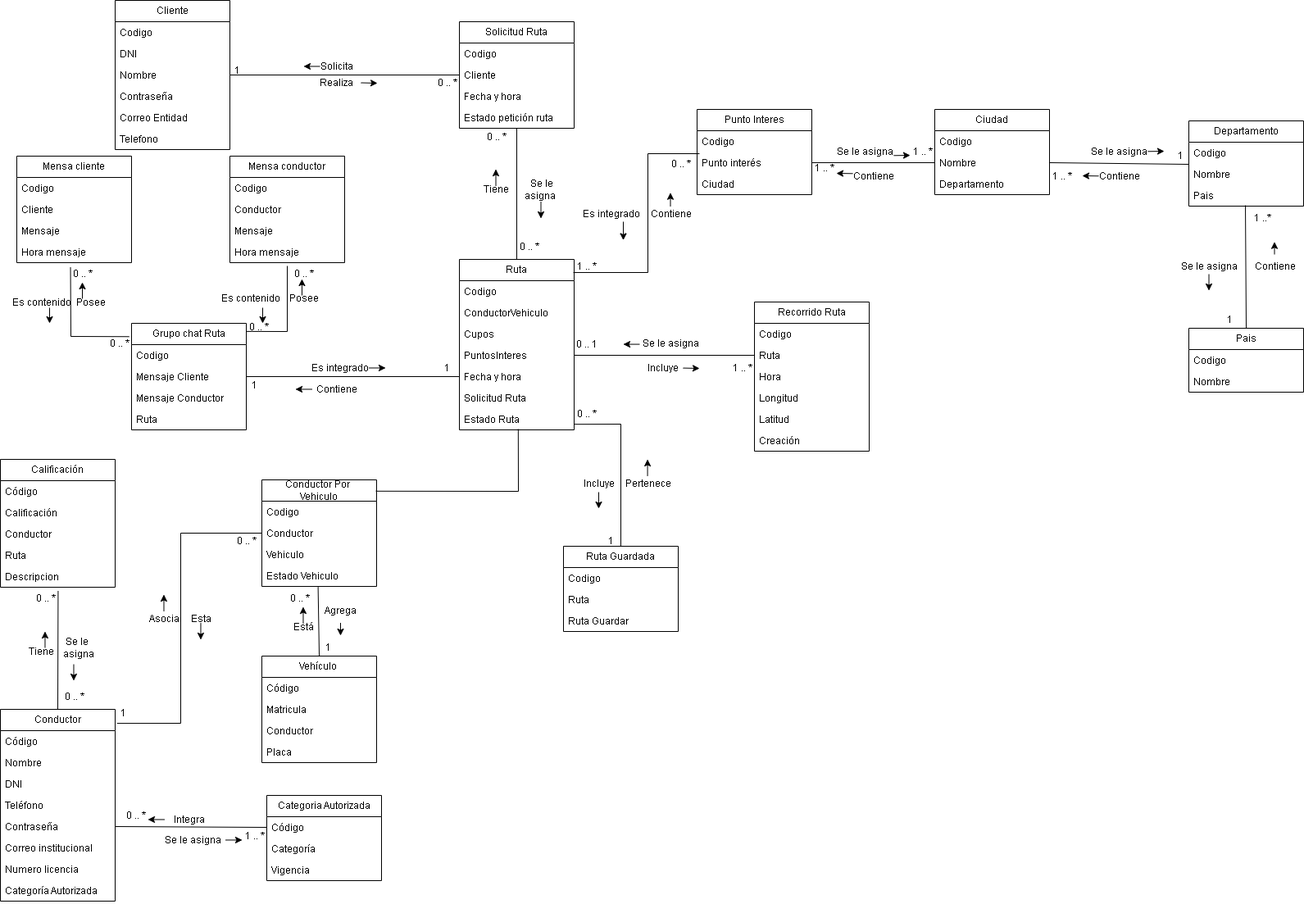
The draw.io diagram Imagenes/Modelo-Dominio/ModeloDominioEnriquesido.png in federico1605/Software2, before a commit. Source tidied: cells renumbered, new cells last; positions are measured from the earlier drawing's top-left corner, leaving out a move shared by most shapes.
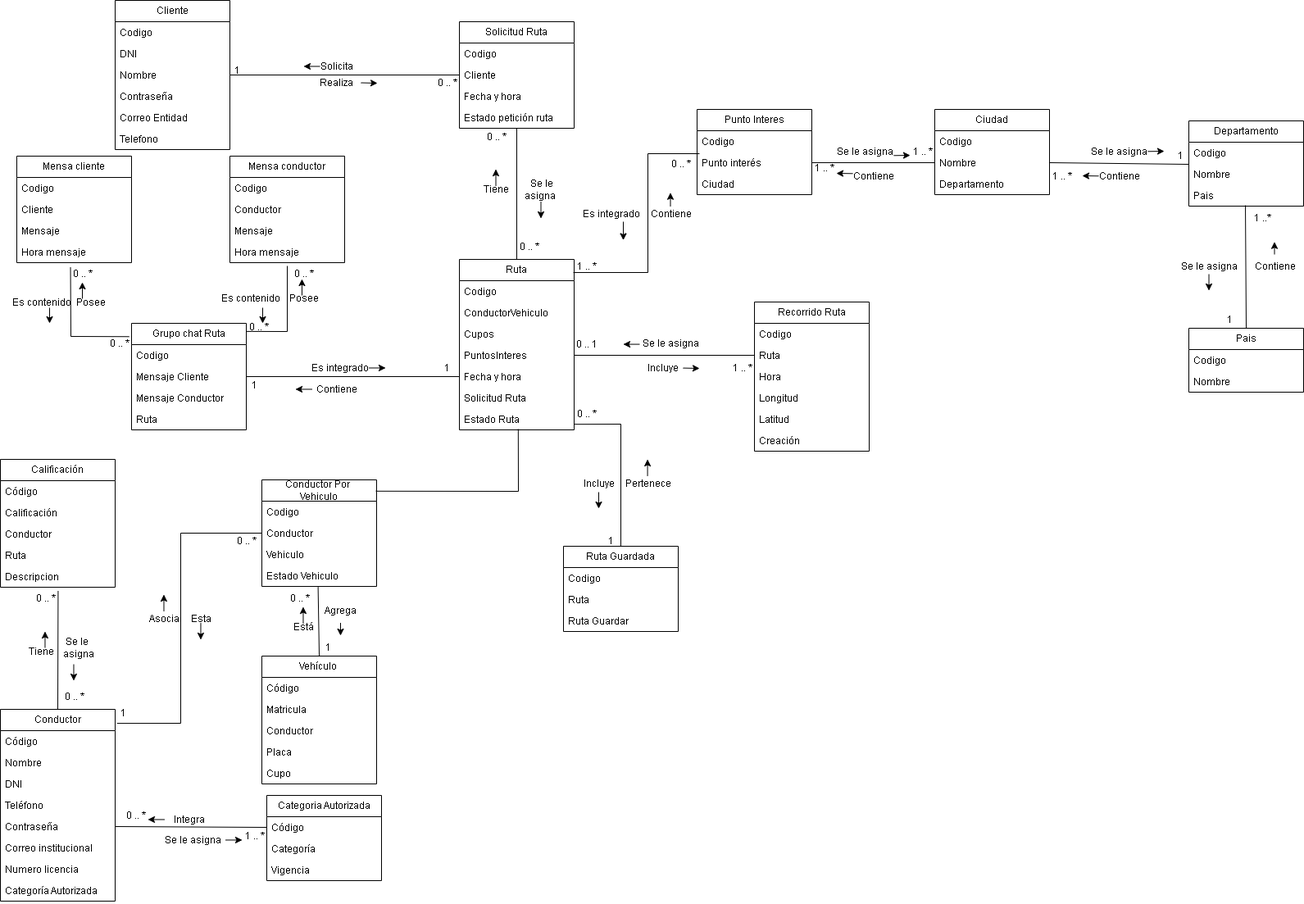
Above is the later version.

Commit message:
Cambio en modelo enriquesido

The edit, as a diff of the source:
```diff
@@ -269,7 +269,7 @@
       <mxGeometry y="130" width="140" height="26" as="geometry" />
     </mxCell>
     <mxCell id="78" value="Vehículo&amp;nbsp;" style="swimlane;fontStyle=0;horizontal=1;startSize=26;fillColor=none;whiteSpace=wrap;html=1;" parent="1" vertex="1">
-      <mxGeometry x="319" y="800" width="140" height="130" as="geometry" />
+      <mxGeometry x="319" y="800" width="140" height="156" as="geometry" />
     </mxCell>
     <mxCell id="79" value="Código" style="text;strokeColor=none;fillColor=none;align=left;verticalAlign=top;spacingLeft=4;spacingRight=4;overflow=hidden;whiteSpace=wrap;html=1;" parent="78" vertex="1">
       <mxGeometry y="26" width="140" height="26" as="geometry" />
@@ -283,6 +283,9 @@
     <mxCell id="82" value="Placa" style="text;strokeColor=none;fillColor=none;align=left;verticalAlign=top;spacingLeft=4;spacingRight=4;overflow=hidden;whiteSpace=wrap;html=1;" parent="78" vertex="1">
       <mxGeometry y="104" width="140" height="26" as="geometry" />
     </mxCell>
+    <mxCell id="198" value="Cupo" style="text;strokeColor=none;fillColor=none;align=left;verticalAlign=top;spacingLeft=4;spacingRight=4;overflow=hidden;whiteSpace=wrap;html=1;" parent="78" vertex="1">
+      <mxGeometry y="130" width="140" height="26" as="geometry" />
+    </mxCell>
     <mxCell id="83" value="Categoria Autorizada" style="swimlane;fontStyle=0;horizontal=1;startSize=26;fillColor=none;whiteSpace=wrap;html=1;" parent="1" vertex="1">
       <mxGeometry x="325" y="970" width="140" height="104" as="geometry" />
     </mxCell>
```
